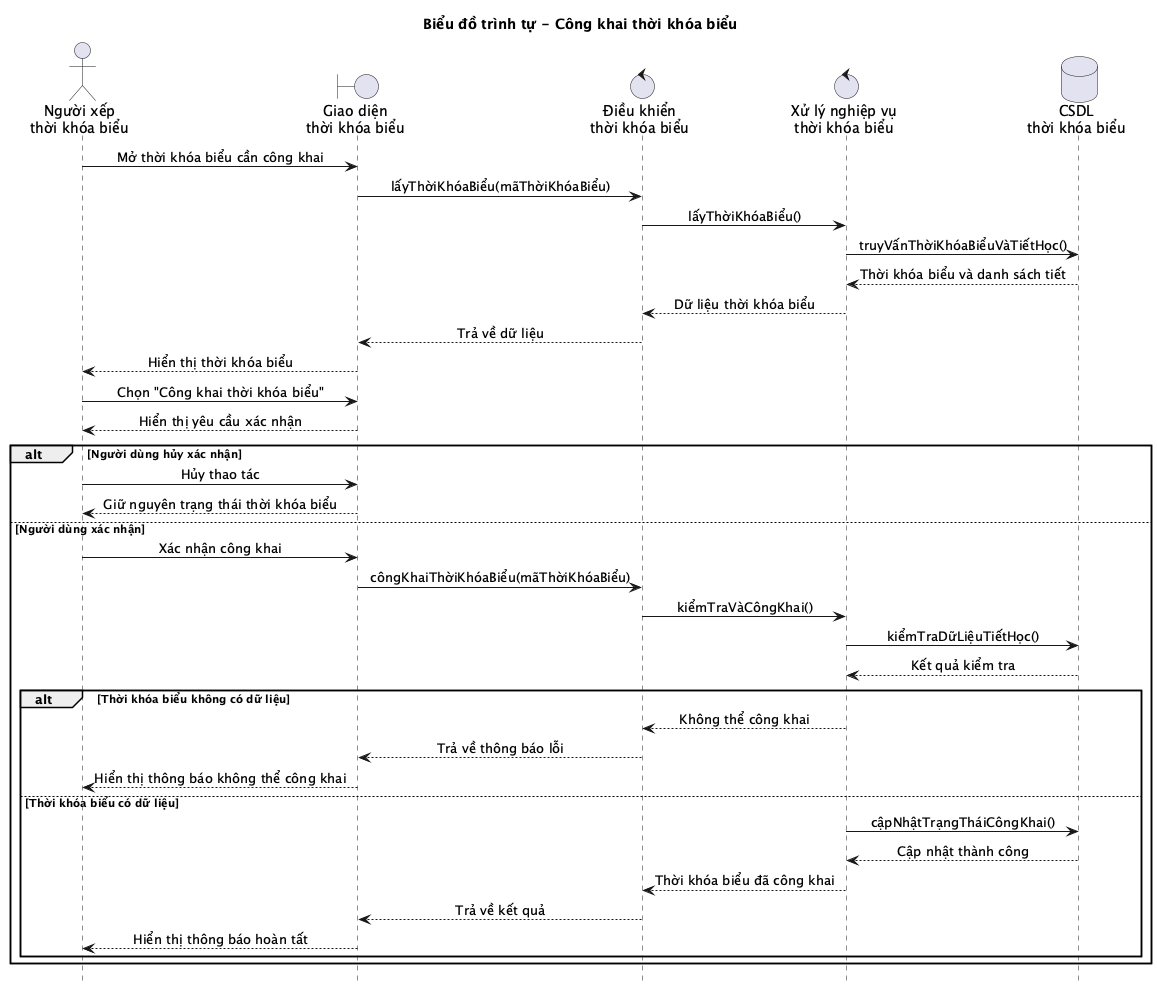
Before: report/Hinhve/SequenceDiagram/sequence_cong_khai_tkb.png, a diagram exported from PlantUML (ntth2000/edu-scheduling). The source it was exported from:
```plantuml
@startuml
title Biểu đồ trình tự - Công khai thời khóa biểu
hide footbox
skinparam sequenceMessageAlign center
skinparam responseMessageBelowArrow true

actor "Người xếp\nthời khóa biểu" as User
boundary "Giao diện\nthời khóa biểu" as UI
control "Điều khiển\nthời khóa biểu" as Controller
control "Xử lý nghiệp vụ\nthời khóa biểu" as Service
database "CSDL\nthời khóa biểu" as DB

User -> UI: Mở thời khóa biểu cần công khai
UI -> Controller: lấyThờiKhóaBiểu(mãThờiKhóaBiểu)
Controller -> Service: lấyThờiKhóaBiểu()
Service -> DB: truyVấnThờiKhóaBiểuVàTiếtHọc()
DB --> Service: Thời khóa biểu và danh sách tiết
Service --> Controller: Dữ liệu thời khóa biểu
Controller --> UI: Trả về dữ liệu
UI --> User: Hiển thị thời khóa biểu

User -> UI: Chọn "Công khai thời khóa biểu"
UI --> User: Hiển thị yêu cầu xác nhận
alt Người dùng hủy xác nhận
    User -> UI: Hủy thao tác
    UI --> User: Giữ nguyên trạng thái thời khóa biểu
else Người dùng xác nhận
    User -> UI: Xác nhận công khai
    UI -> Controller: côngKhaiThờiKhóaBiểu(mãThờiKhóaBiểu)
    Controller -> Service: kiểmTraVàCôngKhai()
    Service -> DB: kiểmTraDữLiệuTiếtHọc()
    DB --> Service: Kết quả kiểm tra
    alt Thời khóa biểu không có dữ liệu
        Service --> Controller: Không thể công khai
        Controller --> UI: Trả về thông báo lỗi
        UI --> User: Hiển thị thông báo không thể công khai
    else Thời khóa biểu có dữ liệu
        Service -> DB: cậpNhậtTrạngTháiCôngKhai()
        DB --> Service: Cập nhật thành công
        Service --> Controller: Thời khóa biểu đã công khai
        Controller --> UI: Trả về kết quả
        UI --> User: Hiển thị thông báo hoàn tất
    end
end
@enduml
```
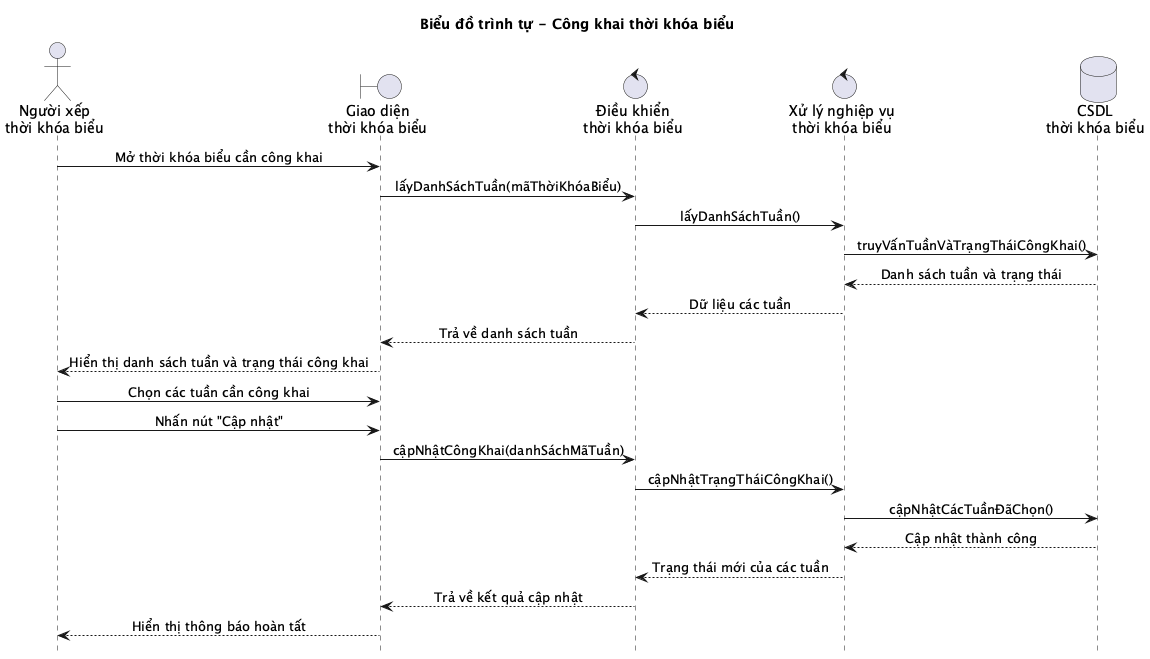
Later version of the same file.

The edit, as a diff of the source:
```diff
@@ -11,35 +11,21 @@
 database "CSDL\nthời khóa biểu" as DB
 
 User -> UI: Mở thời khóa biểu cần công khai
-UI -> Controller: lấyThờiKhóaBiểu(mãThờiKhóaBiểu)
-Controller -> Service: lấyThờiKhóaBiểu()
-Service -> DB: truyVấnThờiKhóaBiểuVàTiếtHọc()
-DB --> Service: Thời khóa biểu và danh sách tiết
-Service --> Controller: Dữ liệu thời khóa biểu
-Controller --> UI: Trả về dữ liệu
-UI --> User: Hiển thị thời khóa biểu
+UI -> Controller: lấyDanhSáchTuần(mãThờiKhóaBiểu)
+Controller -> Service: lấyDanhSáchTuần()
+Service -> DB: truyVấnTuầnVàTrạngTháiCôngKhai()
+DB --> Service: Danh sách tuần và trạng thái
+Service --> Controller: Dữ liệu các tuần
+Controller --> UI: Trả về danh sách tuần
+UI --> User: Hiển thị danh sách tuần và trạng thái công khai
 
-User -> UI: Chọn "Công khai thời khóa biểu"
-UI --> User: Hiển thị yêu cầu xác nhận
-alt Người dùng hủy xác nhận
-    User -> UI: Hủy thao tác
-    UI --> User: Giữ nguyên trạng thái thời khóa biểu
-else Người dùng xác nhận
-    User -> UI: Xác nhận công khai
-    UI -> Controller: côngKhaiThờiKhóaBiểu(mãThờiKhóaBiểu)
-    Controller -> Service: kiểmTraVàCôngKhai()
-    Service -> DB: kiểmTraDữLiệuTiếtHọc()
-    DB --> Service: Kết quả kiểm tra
-    alt Thời khóa biểu không có dữ liệu
-        Service --> Controller: Không thể công khai
-        Controller --> UI: Trả về thông báo lỗi
-        UI --> User: Hiển thị thông báo không thể công khai
-    else Thời khóa biểu có dữ liệu
-        Service -> DB: cậpNhậtTrạngTháiCôngKhai()
-        DB --> Service: Cập nhật thành công
-        Service --> Controller: Thời khóa biểu đã công khai
-        Controller --> UI: Trả về kết quả
-        UI --> User: Hiển thị thông báo hoàn tất
-    end
-end
+User -> UI: Chọn các tuần cần công khai
+User -> UI: Nhấn nút "Cập nhật"
+UI -> Controller: cậpNhậtCôngKhai(danhSáchMãTuần)
+Controller -> Service: cậpNhậtTrạngTháiCôngKhai()
+Service -> DB: cậpNhậtCácTuầnĐãChọn()
+DB --> Service: Cập nhật thành công
+Service --> Controller: Trạng thái mới của các tuần
+Controller --> UI: Trả về kết quả cập nhật
+UI --> User: Hiển thị thông báo hoàn tất
 @enduml
```
